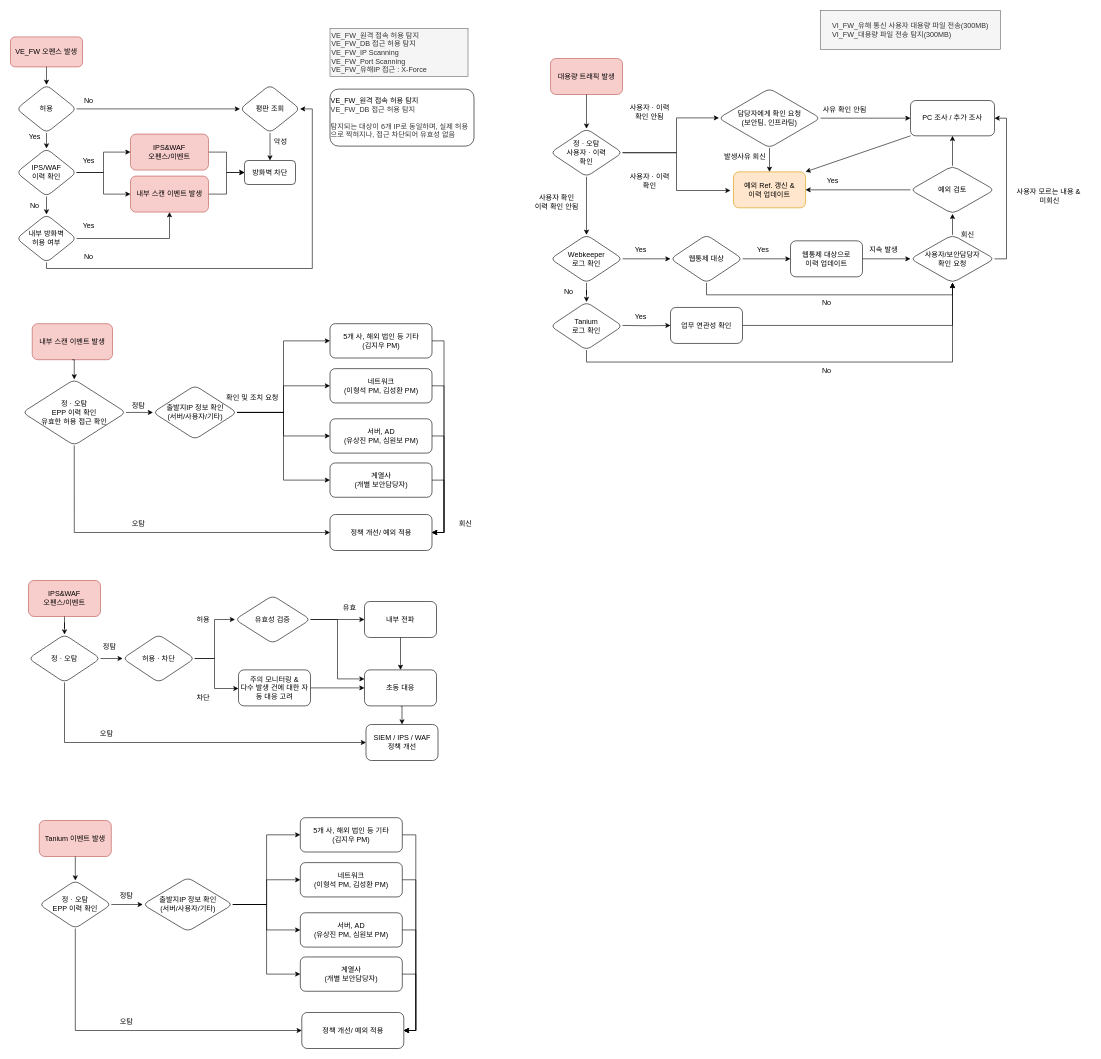
The draw.io diagram Test.drawio in mangjong/Working, before the edit. Source tidied: cells renumbered, new cells numbered last; positions are measured from the earlier drawing's top-left corner, leaving out a move shared by most shapes. Both pictures are drawn from the tidied source at 60%, with x=0, y=0 at pixel (10, 10).
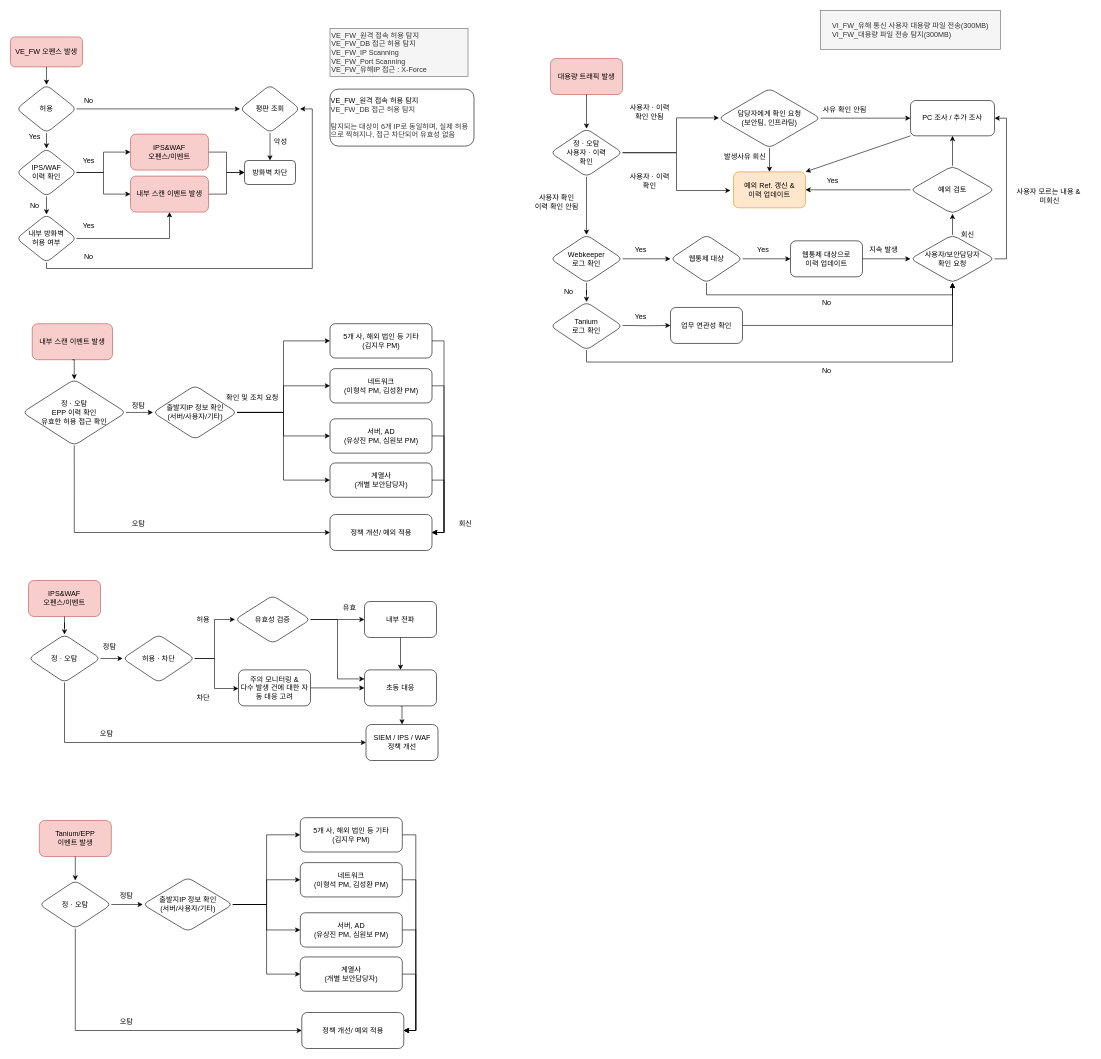
Above is the later version.

The change refers to these unchanged cells:
```xml
<mxCell id="129" style="group;" parent="128" vertex="1">
  <mxGeometry x="-12" width="607.5" height="384.7" as="geometry" />
</mxCell>
```

Diff of the diagram source:
```diff
@@
-    <mxCell id="130" value="Tanium 이벤트 발생" style="rounded=1;whiteSpace=wrap;html=1;fillColor=#f8cecc;strokeColor=#b85450;" parent="129" vertex="1">
+    <mxCell id="130" value="Tanium/EPP&lt;br&gt;이벤트 발생" style="rounded=1;whiteSpace=wrap;html=1;fillColor=#f8cecc;strokeColor=#b85450;" parent="129" vertex="1">
       <mxGeometry y="4.7" width="120" height="60" as="geometry" />
     </mxCell>
-    <mxCell id="131" value="정 · 오탐&lt;br&gt;EPP 이력 확인" style="rhombus;whiteSpace=wrap;html=1;rounded=1;" parent="129" vertex="1">
+    <mxCell id="131" value="정 · 오탐" style="rhombus;whiteSpace=wrap;html=1;rounded=1;" parent="129" vertex="1">
       <mxGeometry y="104.7" width="120" height="80" as="geometry" />
     </mxCell>
```
